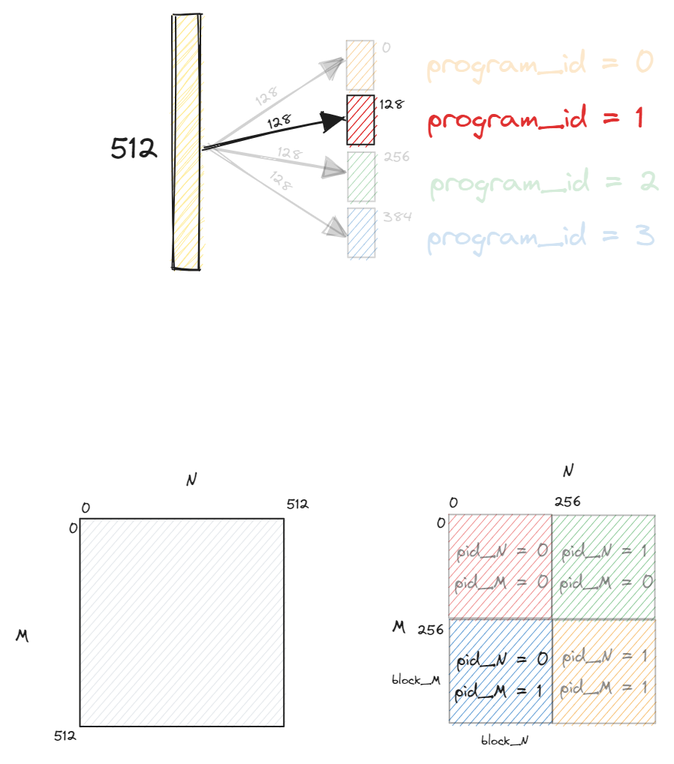
The Excalidraw diagram static/img/triton/getting_started/vector_add_program_id.png in lweitkamp/lweitkamp.github.io, before a commit. Source tidied: one line per element, renumbered; positions are measured from the earlier drawing's top-left corner, leaving out a move shared by most shapes.
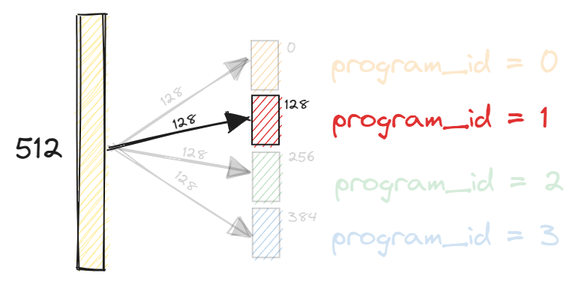
After the commit.

The edit, as a diff of the source:
```diff
@@ -20,30 +20,3 @@
 {"id": 19, "type": "text", "text": "128", "strokeColor": "#1e1e1e", "angle": 5.99, "backgroundColor": "#eaddd7", "fillStyle": "cross-hatch", "strokeWidth": 1, "roughness": 1, "fontSize": 9.33, "fontFamily": 1, "x": 169, "y": 66, "width": 16, "height": 12}
 {"id": 20, "type": "text", "text": "128", "strokeColor": "#1e1e1e", "angle": 0.18, "backgroundColor": "#eaddd7", "fillStyle": "cross-hatch", "strokeWidth": 1, "roughness": 1, "opacity": 20, "fontSize": 9.33, "fontFamily": 1, "x": 175, "y": 87, "width": 16, "height": 12}
 {"id": 21, "type": "text", "text": "128", "strokeColor": "#1e1e1e", "angle": 0.73, "backgroundColor": "#eaddd7", "fillStyle": "cross-hatch", "strokeWidth": 1, "roughness": 1, "opacity": 20, "fontSize": 9.33, "fontFamily": 1, "x": 169, "y": 106, "width": 16, "height": 12}
-{"id": 22, "type": "rectangle", "strokeColor": "#1e1e1e", "backgroundColor": "#e03131", "fillStyle": "hachure", "strokeWidth": 1, "roughness": 0, "opacity": 30, "x": 289, "y": 333, "width": 68, "height": 69}
-{"id": 23, "type": "rectangle", "strokeColor": "#1e1e1e", "backgroundColor": "#2f9e44", "fillStyle": "hachure", "strokeWidth": 1, "roughness": 0, "opacity": 30, "x": 358, "y": 334, "width": 68, "height": 69}
-{"id": 24, "type": "rectangle", "strokeColor": "#1e1e1e", "backgroundColor": "#1971c2", "fillStyle": "hachure", "strokeWidth": 1, "roughness": 0, "opacity": 40, "x": 289, "y": 403, "width": 68, "height": 69}
-{"id": 25, "type": "rectangle", "strokeColor": "#1e1e1e", "backgroundColor": "#f08c00", "fillStyle": "hachure", "strokeWidth": 1, "roughness": 0, "opacity": 30, "x": 358, "y": 403, "width": 68, "height": 69}
-{"id": 26, "type": "rectangle", "strokeColor": "#1e1e1e", "backgroundColor": "#e9ecef", "fillStyle": "hachure", "strokeWidth": 1, "roughness": 0, "x": 43, "y": 336, "width": 136, "height": 139}
-{"id": 27, "type": "text", "text": "0", "strokeColor": "#1e1e1e", "backgroundColor": "#eaddd7", "fillStyle": "cross-hatch", "strokeWidth": 1, "roughness": 1, "fontSize": 9.33, "fontFamily": 1, "x": 289, "y": 320, "width": 6, "height": 12}
-{"id": 28, "type": "text", "text": "0", "strokeColor": "#1e1e1e", "backgroundColor": "#eaddd7", "fillStyle": "cross-hatch", "strokeWidth": 1, "roughness": 1, "fontSize": 9.33, "fontFamily": 1, "x": 281, "y": 334, "width": 6, "height": 12}
-{"id": 29, "type": "text", "text": "256", "strokeColor": "#1e1e1e", "backgroundColor": "#eaddd7", "fillStyle": "cross-hatch", "strokeWidth": 1, "roughness": 1, "fontSize": 9.33, "fontFamily": 1, "x": 359, "y": 320, "width": 18, "height": 12}
-{"id": 30, "type": "text", "text": "256", "strokeColor": "#1e1e1e", "backgroundColor": "#eaddd7", "fillStyle": "cross-hatch", "strokeWidth": 1, "roughness": 1, "fontSize": 9.33, "fontFamily": 1, "x": 268, "y": 405, "width": 18, "height": 12}
-{"id": 31, "type": "text", "text": "0", "strokeColor": "#1e1e1e", "backgroundColor": "#eaddd7", "fillStyle": "cross-hatch", "strokeWidth": 1, "roughness": 1, "fontSize": 9.33, "fontFamily": 1, "x": 44, "y": 324, "width": 6, "height": 12}
-{"id": 32, "type": "text", "text": "0", "strokeColor": "#1e1e1e", "backgroundColor": "#eaddd7", "fillStyle": "cross-hatch", "strokeWidth": 1, "roughness": 1, "fontSize": 9.33, "fontFamily": 1, "x": 36, "y": 338, "width": 6, "height": 12}
-{"id": 33, "type": "text", "text": "512", "strokeColor": "#1e1e1e", "backgroundColor": "#eaddd7", "fillStyle": "cross-hatch", "strokeWidth": 1, "roughness": 1, "fontSize": 9.33, "fontFamily": 1, "x": 181, "y": 321, "width": 15, "height": 12}
-{"id": 34, "type": "text", "text": "512", "strokeColor": "#1e1e1e", "backgroundColor": "#eaddd7", "fillStyle": "cross-hatch", "strokeWidth": 1, "roughness": 1, "fontSize": 9.33, "fontFamily": 1, "x": 26, "y": 475, "width": 15, "height": 12}
-{"id": 35, "type": "text", "text": "M", "strokeColor": "#1e1e1e", "backgroundColor": "#eaddd7", "fillStyle": "cross-hatch", "strokeWidth": 1, "roughness": 1, "fontSize": 12.38, "fontFamily": 1, "x": 251, "y": 402, "width": 9, "height": 15}
-{"id": 36, "type": "text", "text": "N", "strokeColor": "#1e1e1e", "backgroundColor": "#eaddd7", "fillStyle": "cross-hatch", "strokeWidth": 1, "roughness": 1, "fontSize": 12.38, "fontFamily": 1, "x": 364, "y": 297, "width": 8, "height": 15}
-{"id": 37, "type": "text", "text": "M", "strokeColor": "#1e1e1e", "backgroundColor": "#eaddd7", "fillStyle": "cross-hatch", "strokeWidth": 1, "roughness": 1, "fontSize": 12.38, "fontFamily": 1, "x": 0, "y": 408, "width": 9, "height": 15}
-{"id": 38, "type": "text", "text": "N", "strokeColor": "#1e1e1e", "backgroundColor": "#eaddd7", "fillStyle": "cross-hatch", "strokeWidth": 1, "roughness": 1, "fontSize": 12.38, "fontFamily": 1, "x": 113, "y": 303, "width": 8, "height": 15}
-{"id": 39, "type": "text", "text": "block_N", "strokeColor": "#1e1e1e", "backgroundColor": "#eaddd7", "fillStyle": "cross-hatch", "strokeWidth": 1, "roughness": 1, "fontSize": 8.29, "fontFamily": 1, "x": 311, "y": 480, "width": 31, "height": 10}
-{"id": 40, "type": "text", "text": "block_M", "strokeColor": "#1e1e1e", "backgroundColor": "#eaddd7", "fillStyle": "cross-hatch", "strokeWidth": 1, "roughness": 1, "fontSize": 8.29, "fontFamily": 1, "x": 251, "y": 439, "width": 32, "height": 10}
-{"id": 41, "type": "text", "text": "pid_N = 0", "strokeColor": "#1e1e1e", "backgroundColor": "#eaddd7", "fillStyle": "cross-hatch", "strokeWidth": 1, "roughness": 1, "fontSize": 12.22, "fontFamily": 1, "x": 294, "y": 424, "width": 62, "height": 15}
-{"id": 42, "type": "text", "text": "pid_M = 1", "strokeColor": "#1e1e1e", "backgroundColor": "#eaddd7", "fillStyle": "cross-hatch", "strokeWidth": 1, "roughness": 1, "fontSize": 12.22, "fontFamily": 1, "x": 293, "y": 445, "width": 58, "height": 15}
-{"id": 43, "type": "text", "text": "pid_N = 1", "strokeColor": "#1e1e1e", "backgroundColor": "#eaddd7", "fillStyle": "cross-hatch", "strokeWidth": 1, "roughness": 1, "opacity": 50, "fontSize": 12.22, "fontFamily": 1, "x": 364, "y": 421, "width": 57, "height": 15}
-{"id": 44, "type": "text", "text": "pid_M = 1", "strokeColor": "#1e1e1e", "backgroundColor": "#eaddd7", "fillStyle": "cross-hatch", "strokeWidth": 1, "roughness": 1, "opacity": 50, "fontSize": 12.22, "fontFamily": 1, "x": 363, "y": 442, "width": 58, "height": 15}
-{"id": 45, "type": "text", "text": "pid_N = 1", "strokeColor": "#1e1e1e", "backgroundColor": "#eaddd7", "fillStyle": "cross-hatch", "strokeWidth": 1, "roughness": 1, "opacity": 50, "fontSize": 12.22, "fontFamily": 1, "x": 364, "y": 351, "width": 57, "height": 15}
-{"id": 46, "type": "text", "text": "pid_M = 0", "strokeColor": "#1e1e1e", "backgroundColor": "#eaddd7", "fillStyle": "cross-hatch", "strokeWidth": 1, "roughness": 1, "opacity": 50, "fontSize": 12.22, "fontFamily": 1, "x": 363, "y": 372, "width": 63, "height": 15}
-{"id": 47, "type": "text", "text": "pid_N = 0", "strokeColor": "#1e1e1e", "backgroundColor": "#eaddd7", "fillStyle": "cross-hatch", "strokeWidth": 1, "roughness": 1, "opacity": 50, "fontSize": 12.22, "fontFamily": 1, "x": 294, "y": 351, "width": 62, "height": 15}
-{"id": 48, "type": "text", "text": "pid_M = 0", "strokeColor": "#1e1e1e", "backgroundColor": "#eaddd7", "fillStyle": "cross-hatch", "strokeWidth": 1, "roughness": 1, "opacity": 50, "fontSize": 12.22, "fontFamily": 1, "x": 293, "y": 372, "width": 63, "height": 15}
```
